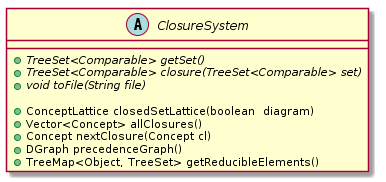
Above: api/lattice/ClosureSystem.png in EstrellaRL/java-lattices (PlantUML), before the change.
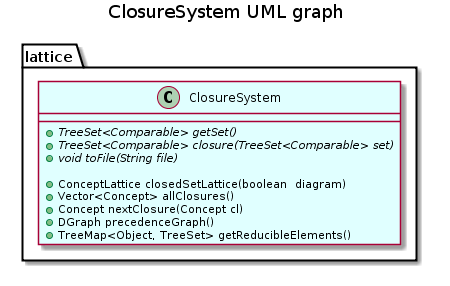
The same diagram one commit later.

The edit, as a diff of the source:
```diff
@@ -1,19 +1,22 @@
 @startuml ClosureSystem.png
-class ClosureSystem {
-    +{abstract} TreeSet<Comparable> getSet()
-    +{abstract} TreeSet<Comparable> closure(TreeSet<Comparable> set)
-    +{abstract} void toFile(String file)
+package lattice {
+    class ClosureSystem {
+        +{abstract} TreeSet<Comparable> getSet()
+        +{abstract} TreeSet<Comparable> closure(TreeSet<Comparable> set)
+        +{abstract} void toFile(String file)
 
-    +ConceptLattice closedSetLattice(boolean  diagram)
-    +Vector<Concept> allClosures()
-    +Concept nextClosure(Concept cl)
-    +DGraph precedenceGraph()
-    +TreeMap<Object, TreeSet> getReducibleElements()
+        +ConceptLattice closedSetLattice(boolean  diagram)
+        +Vector<Concept> allClosures()
+        +Concept nextClosure(Concept cl)
+        +DGraph precedenceGraph()
+        +TreeMap<Object, TreeSet> getReducibleElements()
+    }
+
+    abstract class ClosureSystem
 }
-
-abstract class ClosureSystem
-
 
  hide members
  show ClosureSystem members
+ class ClosureSystem #LightCyan
+ title ClosureSystem UML graph
 @enduml
```
